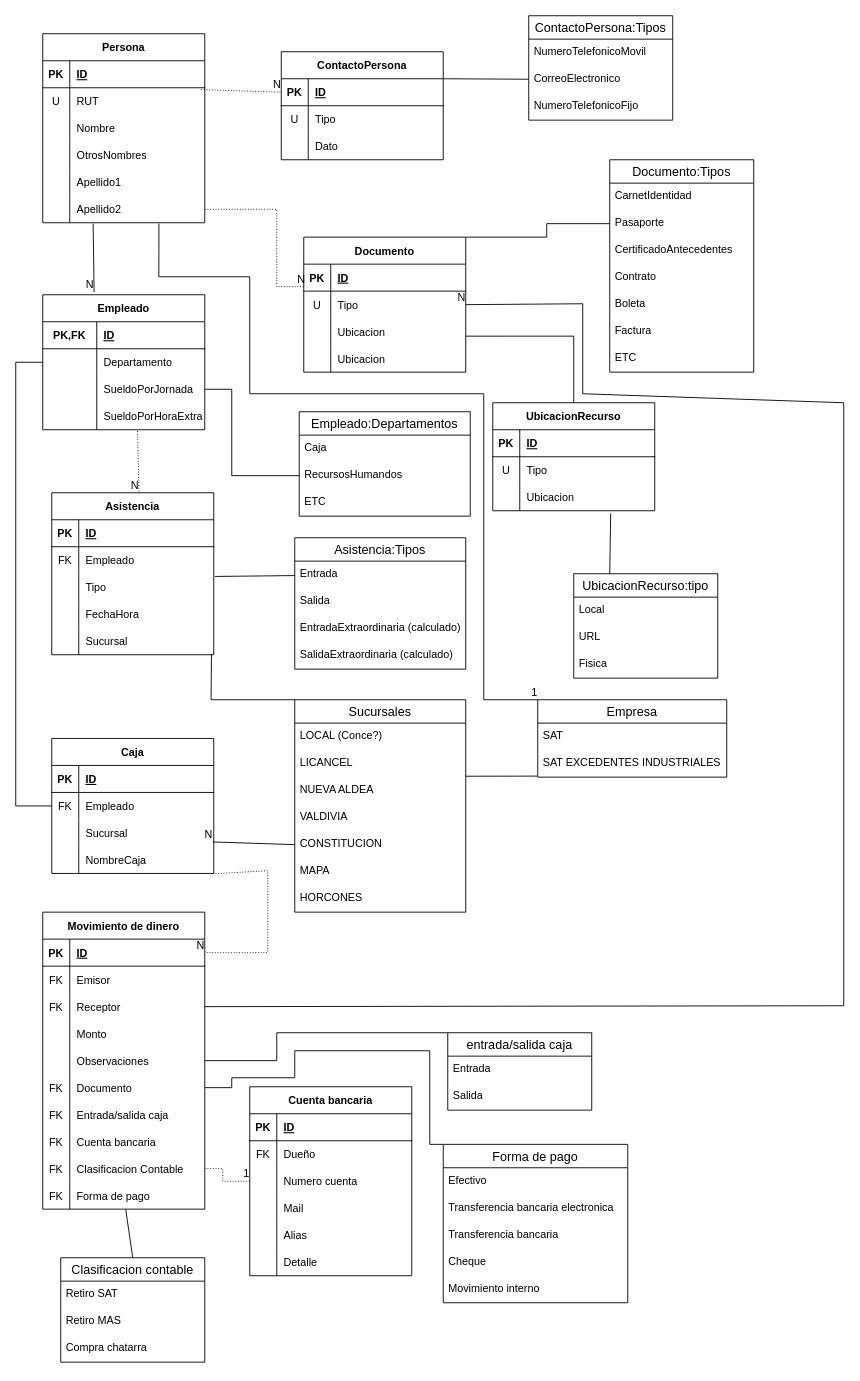
aaroncruces/proyectosat keeps this draw.io diagram as erd.drawio. Above is the earlier version. Source tidied: cells renumbered, new cells numbered last; positions are measured from the earlier drawing's top-left corner, leaving out a move shared by most shapes. Both pictures are drawn from the tidied source at 90%, with x=0, y=0 at pixel (15, 15).
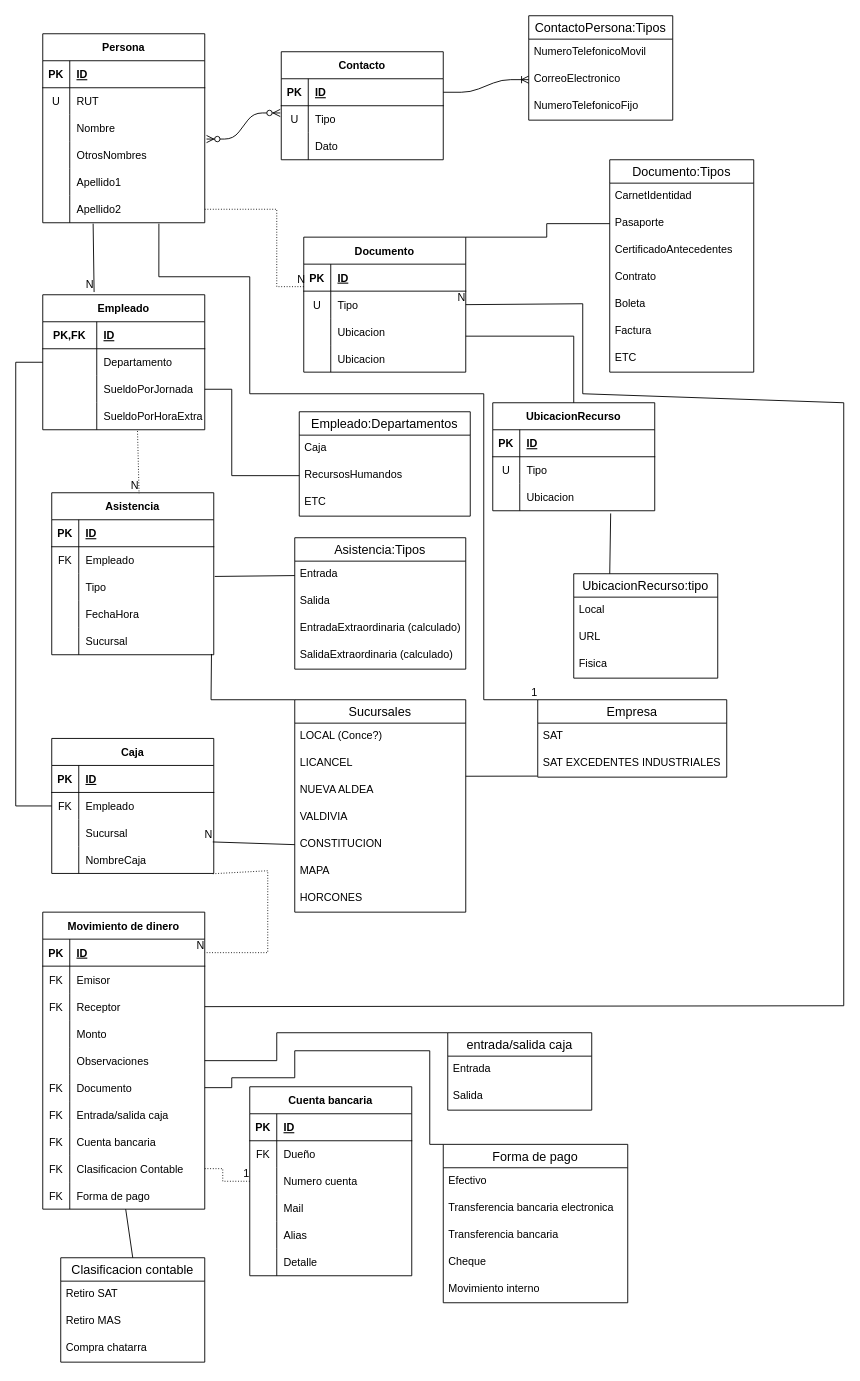
The same diagram, later.

Commit message:
actualizacion erd y sql

The change refers to these unchanged cells:
```xml
<mxCell id="6" style="shape=partialRectangle;fillColor=none;top=0;left=0;bottom=0;right=0;points=[[0,0.5],[1,0.5]];portConstraint=eastwest;" parent="2" vertex="1">
  <mxGeometry y="60" width="180" height="30" as="geometry" />
</mxCell>
<mxCell id="9" style="shape=partialRectangle;fillColor=none;top=0;left=0;bottom=0;right=0;points=[[0,0.5],[1,0.5]];portConstraint=eastwest;" parent="2" vertex="1">
  <mxGeometry y="90" width="180" height="30" as="geometry" />
</mxCell>
<mxCell id="22" style="shape=partialRectangle;fillColor=none;top=0;left=0;bottom=1;right=0;points=[[0,0.5],[1,0.5]];portConstraint=eastwest;" parent="21" vertex="1">
  <mxGeometry y="30" width="180" height="30" as="geometry" />
</mxCell>
<mxCell id="25" style="shape=partialRectangle;fillColor=none;top=0;left=0;bottom=0;right=0;points=[[0,0.5],[1,0.5]];portConstraint=eastwest;" parent="21" vertex="1">
  <mxGeometry y="60" width="180" height="30" as="geometry" />
</mxCell>
<mxCell id="33" value="CorreoElectronico" style="text;strokeColor=none;fillColor=none;spacingLeft=4;spacingRight=4;overflow=hidden;points=[[0,0.5],[1,0.5]];portConstraint=eastwest;fontSize=12;" parent="31" vertex="1">
  <mxGeometry y="56" width="160" height="30" as="geometry" />
</mxCell>
```

The edit, as a diff of the source:
```diff
@@
-    <mxCell id="21" value="ContactoPersona" style="shape=table;startSize=30;childLayout=tableLayout;rowLines=0;fontStyle=1;align=center;" parent="1" vertex="1">
+    <mxCell id="21" value="Contacto" style="shape=table;startSize=30;childLayout=tableLayout;rowLines=0;fontStyle=1;align=center;" parent="1" vertex="1">
       <mxGeometry x="295" y="40" width="180" height="120" as="geometry" />
     </mxCell>
@@
-    <mxCell id="35" style="endArrow=none;html=1;rounded=0;dashed=1;dashPattern=1 2;exitX=0.978;exitY=0.067;exitDx=0;exitDy=0;exitPerimeter=0;entryX=0;entryY=0.5;entryDx=0;entryDy=0;" parent="1" edge="1" source="6" target="22">
-      <mxGeometry relative="1" as="geometry" />
-    </mxCell>
-    <mxCell id="36" value="N" style="html=1;align=right;verticalAlign=bottom;" parent="35" vertex="1">
-      <mxGeometry x="1" relative="1" as="geometry" />
-    </mxCell>
-    <mxCell id="37" style="endArrow=none;html=1;rounded=0;exitX=1;exitY=0.25;exitDx=0;exitDy=0;" parent="1" edge="1" source="21" target="33">
-      <mxGeometry relative="1" as="geometry" />
-    </mxCell>
@@
+    <mxCell id="225" style="edgeStyle=entityRelationEdgeStyle;fontSize=12;html=1;endArrow=ERoneToMany;entryX=0;entryY=0.5;entryDx=0;entryDy=0;" parent="1" edge="1" source="22" target="33">
+      <mxGeometry relative="1" as="geometry" />
+    </mxCell>
+    <mxCell id="226" style="edgeStyle=entityRelationEdgeStyle;fontSize=12;html=1;endArrow=ERzeroToMany;endFill=1;startArrow=ERzeroToMany;exitX=1.011;exitY=0.9;exitDx=0;exitDy=0;exitPerimeter=0;entryX=-0.006;entryY=0.267;entryDx=0;entryDy=0;entryPerimeter=0;" parent="1" edge="1" source="9" target="25">
+      <mxGeometry relative="1" as="geometry" />
+    </mxCell>
```
